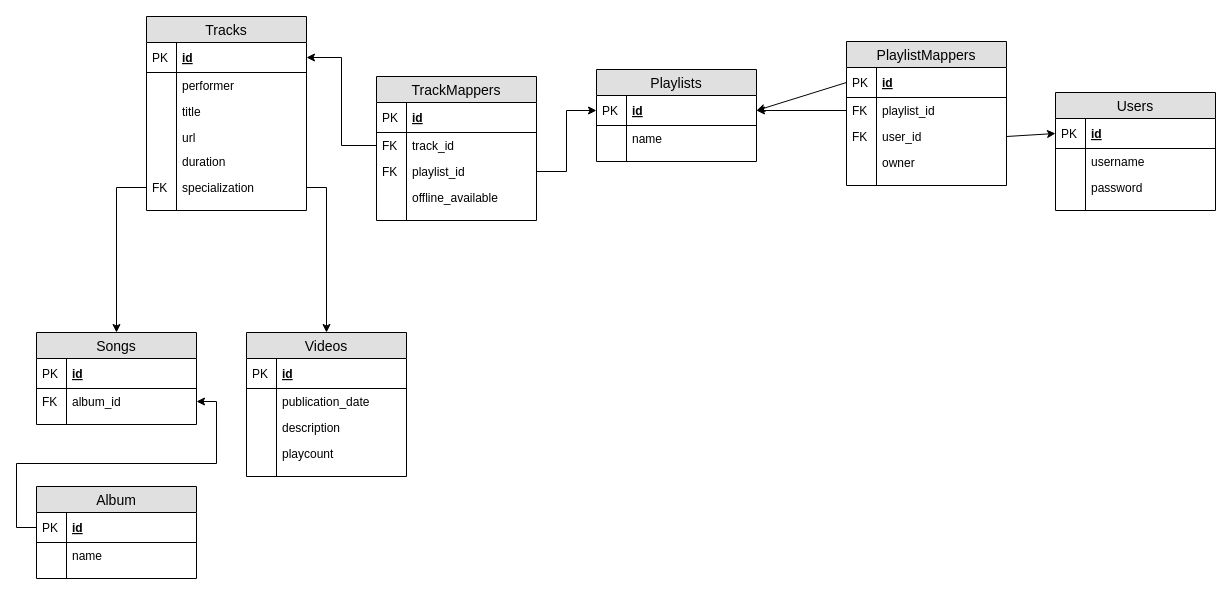
Above: Docs/db.drawio in lthoedt/spotitube (draw.io), before the change. Source tidied: cells renumbered, new cells numbered last; positions are measured from the earlier drawing's top-left corner, leaving out a move shared by most shapes. Both pictures are drawn from the tidied source at 100%, with x=0, y=0 at pixel (36, 16).
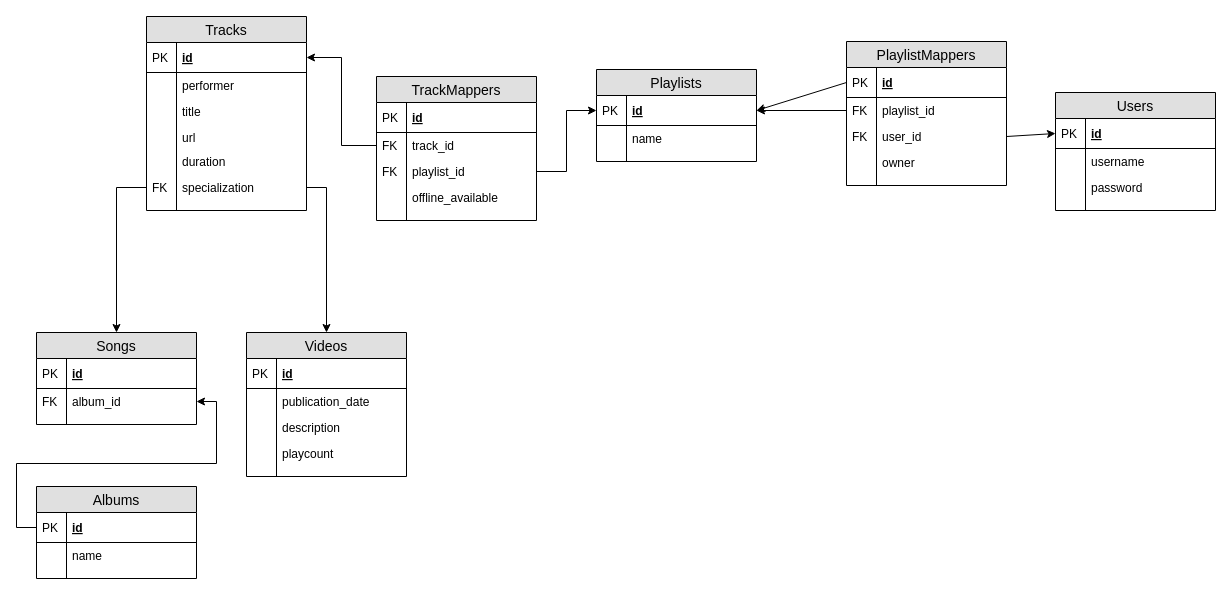
The same diagram, later.

The edit, as a diff of the source:
```diff
@@
-    <mxCell id="80" value="Album" style="swimlane;fontStyle=0;horizontal=1;startSize=26;fillColor=#e0e0e0;swimlaneFillColor=#ffffff;align=center;fontSize=14;" parent="1" vertex="1">
+    <mxCell id="80" value="Albums" style="swimlane;fontStyle=0;horizontal=1;startSize=26;fillColor=#e0e0e0;swimlaneFillColor=#ffffff;align=center;fontSize=14;" parent="1" vertex="1">
       <mxGeometry y="470" width="160" height="92" as="geometry" />
     </mxCell>
```
